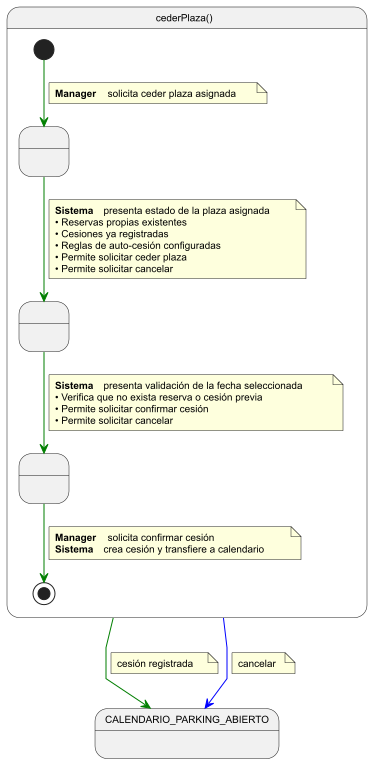
Before: modelosUML/png/cuCederPlaza.png, a diagram exported from PlantUML (lostal/seven-suite). Its source is kept beside it as modelosUML/puml/cuCederPlaza.puml.
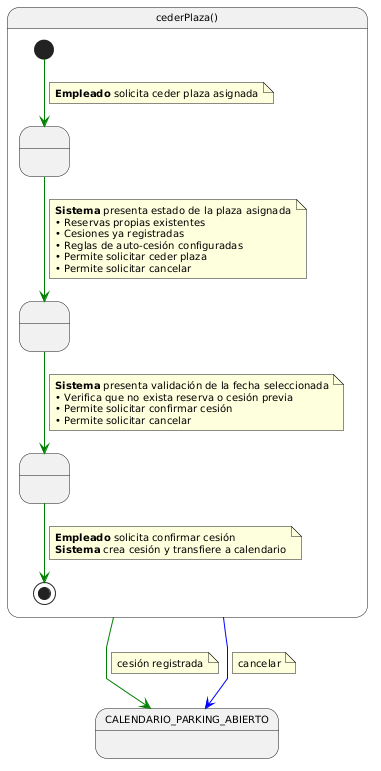
The same diagram one commit later.

The edit, as a diff of the source:
```diff
@@ -1,4 +1,6 @@
 @startuml cuCederPlaza
+
+skinparam backgroundColor #FFFFFF
 
 skinparam linetype polyline
 skinparam defaultFontName Arial
@@ -11,7 +13,7 @@
 
   [*] -[#green]-> SolicitandoCesion
   note on link
-    <b>Manager</b> solicita ceder plaza asignada
+    <b>Empleado</b> solicita ceder plaza asignada
   end note
 
   SolicitandoCesion -[#green]-> ProporcionandoFecha
@@ -34,7 +36,7 @@
 
   CesionRegistrada -[#green]-> [*]
   note on link
-    <b>Manager</b> solicita confirmar cesión
+    <b>Empleado</b> solicita confirmar cesión
     <b>Sistema</b> crea cesión y transfiere a calendario
   end note
 }
```
